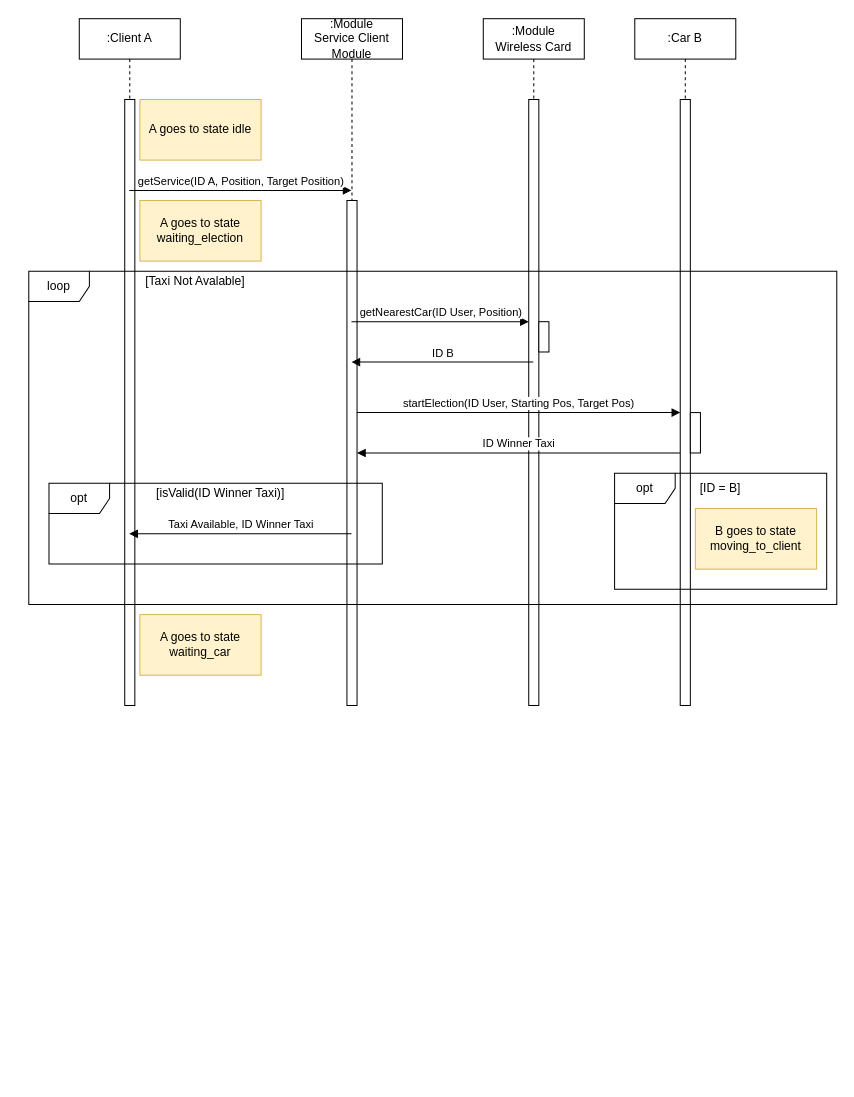
Earlier version of the draw.io diagram relazione/messaggi_utente_chiede_macchina.drawio (kraots94/Sistemi). Source tidied: cells renumbered, new cells numbered last; positions are measured from the earlier drawing's top-left corner, leaving out a move shared by most shapes. Both pictures are drawn from the tidied source at 101%, with x=0, y=0 at pixel (28, 18).
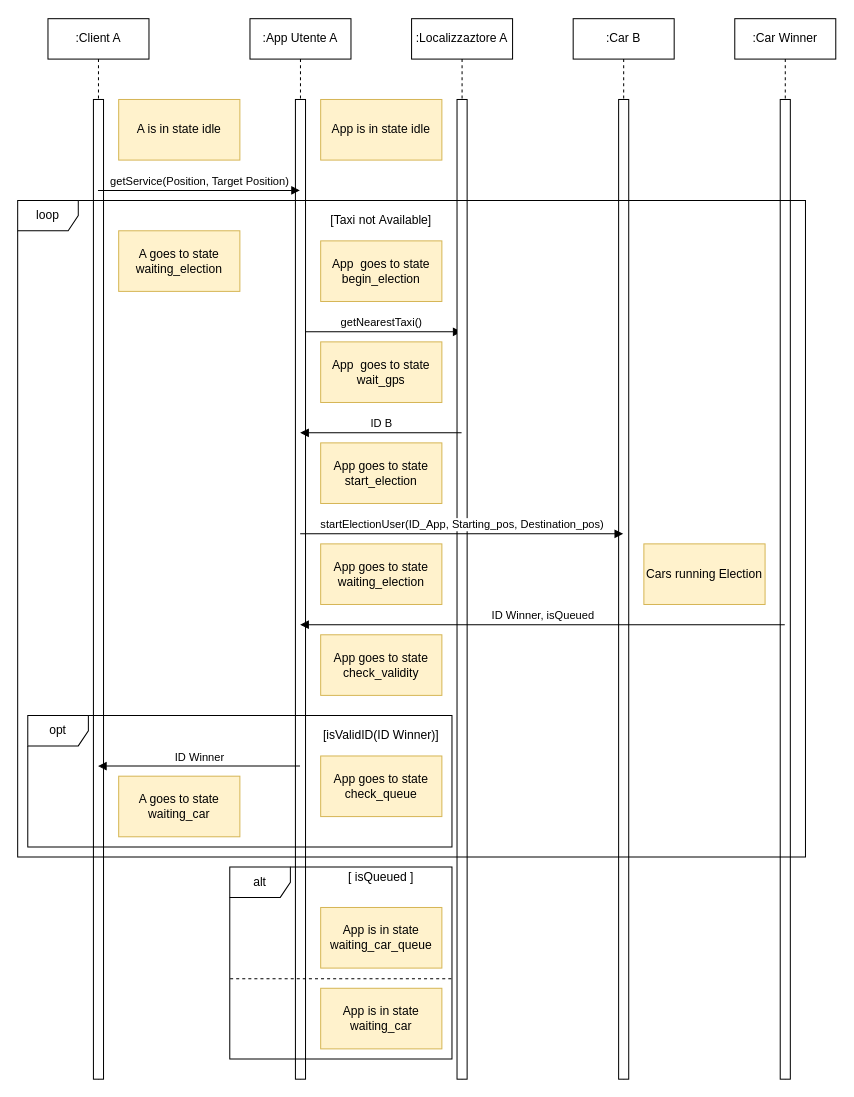
The same diagram, later.

What changed in the source:
```diff
@@
     <mxCell id="2" value=":Client A" style="shape=umlLifeline;perimeter=lifelinePerimeter;whiteSpace=wrap;html=1;outlineConnect=0;" parent="1" vertex="1">
-      <mxGeometry x="50" width="100" height="680" as="geometry" />
+      <mxGeometry x="19" width="100" height="1050" as="geometry" />
     </mxCell>
-    <mxCell id="3" style="html=1;perimeter=orthogonalPerimeter;" parent="2" vertex="1">
-      <mxGeometry x="45" y="80" width="10" height="600" as="geometry" />
-    </mxCell>
+    <mxCell id="28" style="html=1;perimeter=orthogonalPerimeter;" parent="2" vertex="1">
+      <mxGeometry x="45" y="80" width="10" height="970" as="geometry" />
+    </mxCell>
-    <mxCell id="4" value=":Module&lt;br&gt;Service Client Module" style="shape=umlLifeline;perimeter=lifelinePerimeter;whiteSpace=wrap;html=1;outlineConnect=0;" parent="1" vertex="1">
-      <mxGeometry x="270" width="100" height="680" as="geometry" />
+    <mxCell id="4" value=":App Utente A" style="shape=umlLifeline;perimeter=lifelinePerimeter;whiteSpace=wrap;html=1;outlineConnect=0;" parent="1" vertex="1">
+      <mxGeometry x="219" width="100" height="1050" as="geometry" />
     </mxCell>
-    <mxCell id="5" style="html=1;points=[];perimeter=orthogonalPerimeter;" parent="4" vertex="1">
-      <mxGeometry x="45" y="180" width="10" height="500" as="geometry" />
-    </mxCell>
+    <mxCell id="29" value="getNearestTaxi()" style="html=1;verticalAlign=bottom;endArrow=block;" parent="4" edge="1">
+      <mxGeometry relative="1" as="geometry">
+        <mxPoint x="50" y="310" as="sourcePoint" />
+        <mxPoint x="209.5" y="310" as="targetPoint" />
+      </mxGeometry>
+    </mxCell>
+    <mxCell id="30" style="html=1;perimeter=orthogonalPerimeter;" parent="4" vertex="1">
+      <mxGeometry x="45" y="80" width="10" height="970" as="geometry" />
+    </mxCell>
-    <mxCell id="6" value=":Module&lt;br&gt;Wireless Card" style="shape=umlLifeline;perimeter=lifelinePerimeter;whiteSpace=wrap;html=1;outlineConnect=0;" parent="1" vertex="1">
-      <mxGeometry x="450" width="100" height="680" as="geometry" />
+    <mxCell id="6" value=":Localizzaztore A" style="shape=umlLifeline;perimeter=lifelinePerimeter;whiteSpace=wrap;html=1;outlineConnect=0;" parent="1" vertex="1">
+      <mxGeometry x="379" width="100" height="1050" as="geometry" />
     </mxCell>
-    <mxCell id="7" style="html=1;points=[];perimeter=orthogonalPerimeter;" parent="6" vertex="1">
-      <mxGeometry x="45" y="80" width="10" height="600" as="geometry" />
-    </mxCell>
-    <mxCell id="8" style="html=1;perimeter=orthogonalPerimeter;" parent="6" vertex="1">
-      <mxGeometry x="55" y="300" width="10" height="30" as="geometry" />
-    </mxCell>
+    <mxCell id="31" style="html=1;perimeter=orthogonalPerimeter;" parent="6" vertex="1">
+      <mxGeometry x="45" y="80" width="10" height="970" as="geometry" />
+    </mxCell>
-    <mxCell id="9" value="getService(ID A, Position, Target Position)" style="html=1;verticalAlign=bottom;endArrow=block;" parent="1" edge="1" source="2" target="4">
+    <mxCell id="9" value="getService(Position, Target Position)" style="html=1;verticalAlign=bottom;endArrow=block;" parent="1" edge="1" source="2" target="4">
       <mxGeometry relative="1" as="geometry">
         <Array as="points">
-          <mxPoint x="150" y="170" />
-          <mxPoint x="260" y="170" />
+          <mxPoint x="119" y="170" />
+          <mxPoint x="229" y="170" />
         </Array>
       </mxGeometry>
     </mxCell>
-    <mxCell id="10" value="getNearestCar(ID User, Position)" style="html=1;verticalAlign=bottom;endArrow=block;" parent="1" edge="1" source="4" target="7">
-      <mxGeometry relative="1" as="geometry">
-        <Array as="points">
-          <mxPoint x="350" y="300" />
-          <mxPoint x="460" y="300" />
-        </Array>
-      </mxGeometry>
-    </mxCell>
-    <mxCell id="11" value="startElection(ID User, Starting Pos, Target Pos)" style="html=1;verticalAlign=bottom;endArrow=block;" parent="1" edge="1" source="5" target="13">
-      <mxGeometry relative="1" as="geometry">
-        <Array as="points">
-          <mxPoint x="350" y="390" />
-          <mxPoint x="370" y="390" />
-          <mxPoint x="580" y="390" />
-        </Array>
-      </mxGeometry>
-    </mxCell>
     <mxCell id="12" value=":Car B" style="shape=umlLifeline;perimeter=lifelinePerimeter;whiteSpace=wrap;html=1;" parent="1" vertex="1">
-      <mxGeometry x="600" width="100" height="680" as="geometry" />
+      <mxGeometry x="539" width="100" height="1050" as="geometry" />
     </mxCell>
-    <mxCell id="13" style="html=1;points=[];perimeter=orthogonalPerimeter;" parent="12" vertex="1">
-      <mxGeometry x="45" y="80" width="10" height="600" as="geometry" />
-    </mxCell>
-    <mxCell id="14" style="html=1;perimeter=orthogonalPerimeter;" parent="12" vertex="1">
-      <mxGeometry x="55" y="390" width="10" height="40" as="geometry" />
-    </mxCell>
+    <mxCell id="32" style="html=1;perimeter=orthogonalPerimeter;" parent="12" vertex="1">
+      <mxGeometry x="45" y="80" width="10" height="970" as="geometry" />
+    </mxCell>
     <mxCell id="15" value="A goes to state waiting_election" style="rounded=0;whiteSpace=wrap;html=1;fillColor=#fff2cc;strokeColor=#d6b656;" parent="1" vertex="1">
-      <mxGeometry x="110" y="180" width="120" height="60" as="geometry" />
+      <mxGeometry x="89" y="210" width="120" height="60" as="geometry" />
     </mxCell>
+    <mxCell id="21" value="A is in state idle" style="rounded=0;whiteSpace=wrap;html=1;fillColor=#fff2cc;strokeColor=#d6b656;" parent="1" vertex="1">
+      <mxGeometry x="89" y="80" width="120" height="60" as="geometry" />
+    </mxCell>
+    <mxCell id="33" value=":Car Winner" style="shape=umlLifeline;perimeter=lifelinePerimeter;whiteSpace=wrap;html=1;" parent="1" vertex="1">
+      <mxGeometry x="699" width="100" height="1050" as="geometry" />
+    </mxCell>
+    <mxCell id="34" style="html=1;perimeter=orthogonalPerimeter;" parent="33" vertex="1">
+      <mxGeometry x="45" y="80" width="10" height="970" as="geometry" />
+    </mxCell>
+    <mxCell id="35" value="App is in state idle" style="rounded=0;whiteSpace=wrap;html=1;fillColor=#fff2cc;strokeColor=#d6b656;" parent="1" vertex="1">
+      <mxGeometry x="289" y="80" width="120" height="60" as="geometry" />
+    </mxCell>
+    <mxCell id="36" value="App&amp;nbsp; goes to state begin_election" style="rounded=0;whiteSpace=wrap;html=1;fillColor=#fff2cc;strokeColor=#d6b656;" parent="1" vertex="1">
+      <mxGeometry x="289" y="220" width="120" height="60" as="geometry" />
+    </mxCell>
+    <mxCell id="37" value="App&amp;nbsp; goes to state wait_gps" style="rounded=0;whiteSpace=wrap;html=1;fillColor=#fff2cc;strokeColor=#d6b656;" parent="1" vertex="1">
+      <mxGeometry x="289" y="320" width="120" height="60" as="geometry" />
+    </mxCell>
+    <mxCell id="27" value="ID B" style="html=1;verticalAlign=bottom;endArrow=block;" parent="1" edge="1">
+      <mxGeometry relative="1" as="geometry">
+        <mxPoint x="428.5" y="410" as="sourcePoint" />
+        <mxPoint x="268.7" y="410" as="targetPoint" />
+        <Array as="points">
+          <mxPoint x="419" y="410" />
+        </Array>
+      </mxGeometry>
+    </mxCell>
+    <mxCell id="38" value="App goes to state start_election" style="rounded=0;whiteSpace=wrap;html=1;fillColor=#fff2cc;strokeColor=#d6b656;" parent="1" vertex="1">
+      <mxGeometry x="289" y="420" width="120" height="60" as="geometry" />
+    </mxCell>
+    <mxCell id="39" value="startElectionUser(ID_App, Starting_pos, Destination_pos)" style="html=1;verticalAlign=bottom;endArrow=block;" parent="1" edge="1">
+      <mxGeometry relative="1" as="geometry">
+        <mxPoint x="268.7" y="510" as="sourcePoint" />
+        <mxPoint x="588.5" y="510" as="targetPoint" />
+        <Array as="points">
+          <mxPoint x="449" y="510" />
+        </Array>
+      </mxGeometry>
+    </mxCell>
+    <mxCell id="40" value="App goes to state waiting_election" style="rounded=0;whiteSpace=wrap;html=1;fillColor=#fff2cc;strokeColor=#d6b656;" parent="1" vertex="1">
+      <mxGeometry x="289" y="520" width="120" height="60" as="geometry" />
+    </mxCell>
+    <mxCell id="41" value="ID Winner, isQueued" style="html=1;verticalAlign=bottom;endArrow=block;" parent="1" edge="1">
+      <mxGeometry relative="1" as="geometry">
+        <mxPoint x="748.5" y="600" as="sourcePoint" />
+        <mxPoint x="268.7" y="600" as="targetPoint" />
+      </mxGeometry>
+    </mxCell>
+    <mxCell id="42" value="Cars running Election" style="rounded=0;whiteSpace=wrap;html=1;fillColor=#fff2cc;strokeColor=#d6b656;" parent="1" vertex="1">
+      <mxGeometry x="609" y="520" width="120" height="60" as="geometry" />
+    </mxCell>
+    <mxCell id="43" value="[isValidID(ID Winner)]" style="text;html=1;strokeColor=none;fillColor=none;align=center;verticalAlign=middle;whiteSpace=wrap;rounded=0;" parent="1" vertex="1">
+      <mxGeometry x="284" y="700" width="130" height="20" as="geometry" />
+    </mxCell>
+    <mxCell id="44" value="ID Winner" style="html=1;verticalAlign=bottom;endArrow=block;" parent="1" edge="1">
+      <mxGeometry relative="1" as="geometry">
+        <mxPoint x="268.5" y="740" as="sourcePoint" />
+        <mxPoint x="68.5" y="740" as="targetPoint" />
+        <Array as="points">
+          <mxPoint x="249" y="740" />
+        </Array>
+      </mxGeometry>
+    </mxCell>
+    <mxCell id="45" value="[Taxi not&amp;nbsp;Available]" style="text;html=1;strokeColor=none;fillColor=none;align=center;verticalAlign=middle;whiteSpace=wrap;rounded=0;" parent="1" vertex="1">
+      <mxGeometry x="289" y="190" width="120" height="20" as="geometry" />
+    </mxCell>
+    <mxCell id="46" value="App goes to state check_validity" style="rounded=0;whiteSpace=wrap;html=1;fillColor=#fff2cc;strokeColor=#d6b656;" parent="1" vertex="1">
+      <mxGeometry x="289" y="610" width="120" height="60" as="geometry" />
+    </mxCell>
+    <mxCell id="47" value="opt" style="shape=umlFrame;whiteSpace=wrap;html=1;" parent="1" vertex="1">
+      <mxGeometry x="-1" y="690" width="420" height="130" as="geometry" />
+    </mxCell>
+    <mxCell id="48" value="App goes to state check_queue" style="rounded=0;whiteSpace=wrap;html=1;fillColor=#fff2cc;strokeColor=#d6b656;" parent="1" vertex="1">
+      <mxGeometry x="289" y="730" width="120" height="60" as="geometry" />
+    </mxCell>
+    <mxCell id="23" value="A goes to state waiting_car" style="rounded=0;whiteSpace=wrap;html=1;fillColor=#fff2cc;strokeColor=#d6b656;" parent="1" vertex="1">
+      <mxGeometry x="89" y="750" width="120" height="60" as="geometry" />
+    </mxCell>
+    <mxCell id="49" value="[ isQueued ]" style="text;html=1;strokeColor=none;fillColor=none;align=center;verticalAlign=middle;whiteSpace=wrap;rounded=0;" parent="1" vertex="1">
+      <mxGeometry x="304" y="840" width="90" height="20" as="geometry" />
+    </mxCell>
     <mxCell id="16" value="loop" style="shape=umlFrame;whiteSpace=wrap;html=1;" parent="1" vertex="1">
-      <mxGeometry y="250" width="800" height="330" as="geometry" />
+      <mxGeometry x="-11" y="180" width="780" height="650" as="geometry" />
     </mxCell>
-    <mxCell id="17" value="[Taxi Not Avalable]" style="text;html=1;strokeColor=none;fillColor=none;align=center;verticalAlign=middle;whiteSpace=wrap;rounded=0;" parent="1" vertex="1">
-      <mxGeometry x="110" y="250" width="110" height="20" as="geometry" />
-    </mxCell>
-    <mxCell id="18" value="Taxi Available, ID Winner Taxi" style="html=1;verticalAlign=bottom;endArrow=block;" parent="1" edge="1" source="4" target="2">
-      <mxGeometry relative="1" as="geometry">
-        <Array as="points">
-          <mxPoint x="230" y="510" />
-        </Array>
-      </mxGeometry>
-    </mxCell>
-    <mxCell id="19" value="opt" style="shape=umlFrame;whiteSpace=wrap;html=1;" parent="1" vertex="1">
-      <mxGeometry x="20" y="460" width="330" height="80" as="geometry" />
-    </mxCell>
-    <mxCell id="20" value="[isValid(ID Winner Taxi)]" style="text;html=1;strokeColor=none;fillColor=none;align=center;verticalAlign=middle;whiteSpace=wrap;rounded=0;" parent="1" vertex="1">
-      <mxGeometry x="110" y="460" width="160" height="20" as="geometry" />
-    </mxCell>
-    <mxCell id="21" value="A goes to state idle" style="rounded=0;whiteSpace=wrap;html=1;fillColor=#fff2cc;strokeColor=#d6b656;" parent="1" vertex="1">
-      <mxGeometry x="110" y="80" width="120" height="60" as="geometry" />
-    </mxCell>
-    <mxCell id="22" value="ID Winner Taxi" style="html=1;verticalAlign=bottom;endArrow=block;" parent="1" edge="1" source="13" target="5">
-      <mxGeometry relative="1" as="geometry">
-        <Array as="points">
-          <mxPoint x="410" y="430" />
-        </Array>
-      </mxGeometry>
-    </mxCell>
-    <mxCell id="23" value="A goes to state waiting_car" style="rounded=0;whiteSpace=wrap;html=1;fillColor=#fff2cc;strokeColor=#d6b656;" parent="1" vertex="1">
-      <mxGeometry x="110" y="590" width="120" height="60" as="geometry" />
-    </mxCell>
-    <mxCell id="24" value="opt" style="shape=umlFrame;whiteSpace=wrap;html=1;" parent="1" vertex="1">
-      <mxGeometry x="580" y="450" width="210" height="115" as="geometry" />
-    </mxCell>
-    <mxCell id="25" value="[ID = B]" style="text;html=1;strokeColor=none;fillColor=none;align=center;verticalAlign=middle;whiteSpace=wrap;rounded=0;" parent="1" vertex="1">
-      <mxGeometry x="660" y="455" width="50" height="20" as="geometry" />
-    </mxCell>
-    <mxCell id="26" value="B goes to state moving_to_client" style="rounded=0;whiteSpace=wrap;html=1;fillColor=#fff2cc;strokeColor=#d6b656;" parent="1" vertex="1">
-      <mxGeometry x="660" y="485" width="120" height="60" as="geometry" />
-    </mxCell>
-    <mxCell id="27" value="ID B" style="html=1;verticalAlign=bottom;endArrow=block;" parent="1" edge="1" source="6" target="4">
-      <mxGeometry relative="1" as="geometry">
-        <Array as="points">
-          <mxPoint x="450" y="340" />
-        </Array>
-      </mxGeometry>
-    </mxCell>
+    <mxCell id="50" value="App is in state waiting_car" style="rounded=0;whiteSpace=wrap;html=1;fillColor=#fff2cc;strokeColor=#d6b656;" parent="1" vertex="1">
+      <mxGeometry x="289" y="960" width="120" height="60" as="geometry" />
+    </mxCell>
+    <mxCell id="51" value="App is in state waiting_car_queue" style="rounded=0;whiteSpace=wrap;html=1;fillColor=#fff2cc;strokeColor=#d6b656;" parent="1" vertex="1">
+      <mxGeometry x="289" y="880" width="120" height="60" as="geometry" />
+    </mxCell>
+    <mxCell id="52" value="alt" style="shape=umlFrame;whiteSpace=wrap;html=1;" parent="1" vertex="1">
+      <mxGeometry x="199" y="840" width="220" height="190" as="geometry" />
+    </mxCell>
+    <mxCell id="53" style="endArrow=none;dashed=1;html=1;entryX=0.001;entryY=0.582;entryDx=0;entryDy=0;entryPerimeter=0;exitX=0.997;exitY=0.582;exitDx=0;exitDy=0;exitPerimeter=0;" parent="1" edge="1" source="52" target="52">
+      <mxGeometry relative="1" as="geometry" />
+    </mxCell>
```
